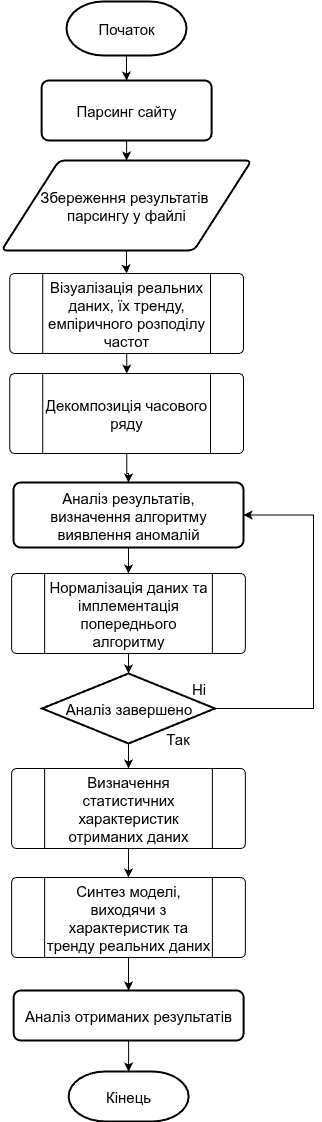
This is Analysis_and_processing/Lab1/data/block_scheme_lab1.png from VarRoman/7_semester, a draw.io export, as it was before one commit. Source tidied: cells renumbered, new cells last; positions are measured from the earlier drawing's top-left corner, leaving out a move shared by most shapes.
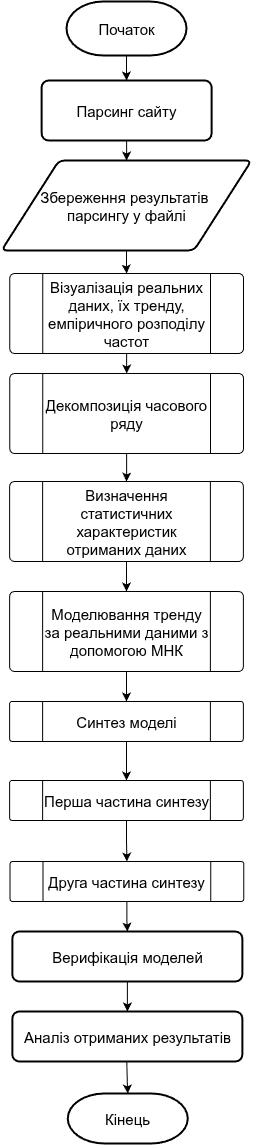
The same file after the commit.

The edit, as a diff of the source:
```diff
@@ -14,15 +14,12 @@
     <mxCell id="5" value="Візуалізація реальних даних, їх тренду, емпіричного розподілу частот" style="verticalLabelPosition=middle;verticalAlign=middle;html=1;shape=process;whiteSpace=wrap;rounded=1;size=0.14;arcSize=6;labelPosition=center;align=center;fontSize=15;" parent="1" vertex="1">
       <mxGeometry x="8.2" y="272" width="233.8" height="80" as="geometry" />
     </mxCell>
-    <mxCell id="6" style="edgeStyle=orthogonalEdgeStyle;rounded=0;jettySize=auto;html=1;fontSize=15;" parent="1" edge="1" source="7" target="24">
-      <mxGeometry relative="1" as="geometry" />
-    </mxCell>
+    <mxCell id="28" style="edgeStyle=orthogonalEdgeStyle;rounded=0;jettySize=auto;html=1;" parent="1" edge="1" source="7" target="19">
+      <mxGeometry relative="1" as="geometry" />
+    </mxCell>
     <mxCell id="7" value="Декомпозиція часового ряду" style="verticalLabelPosition=middle;verticalAlign=middle;html=1;shape=process;whiteSpace=wrap;rounded=1;size=0.14;arcSize=6;labelPosition=center;align=center;fontSize=15;" parent="1" vertex="1">
       <mxGeometry x="8.2" y="372" width="233.8" height="80" as="geometry" />
     </mxCell>
-    <mxCell id="8" value="Нормалізація даних та імплементація попереднього алгоритму" style="verticalLabelPosition=middle;verticalAlign=middle;html=1;shape=process;whiteSpace=wrap;rounded=1;size=0.14;arcSize=6;labelPosition=center;align=center;fontSize=15;" parent="1" vertex="1">
-      <mxGeometry x="10.1" y="572" width="233.8" height="80" as="geometry" />
-    </mxCell>
     <mxCell id="9" style="edgeStyle=orthogonalEdgeStyle;rounded=0;jettySize=auto;html=1;fontSize=15;" parent="1" edge="1" source="10" target="12">
       <mxGeometry relative="1" as="geometry" />
     </mxCell>
@@ -35,55 +32,52 @@
     <mxCell id="12" value="&lt;span&gt;Збереження результатів&amp;nbsp;&lt;/span&gt;&lt;div&gt;&lt;span&gt;парсингу у файлі&lt;/span&gt;&lt;/div&gt;" style="shape=parallelogram;html=1;strokeWidth=2;perimeter=parallelogramPerimeter;whiteSpace=wrap;rounded=1;arcSize=12;size=0.23;fontSize=15;" parent="1" vertex="1">
       <mxGeometry y="159" width="250" height="90" as="geometry" />
     </mxCell>
-    <mxCell id="13" style="edgeStyle=orthogonalEdgeStyle;rounded=0;jettySize=auto;html=1;entryX=1;entryY=0.5;entryDx=0;entryDy=0;fontSize=15;" parent="1" edge="1" source="15" target="24">
-      <mxGeometry relative="1" as="geometry">
-        <Array as="points">
-          <mxPoint x="312" y="707" />
-          <mxPoint x="312" y="513" />
-        </Array>
-      </mxGeometry>
-    </mxCell>
-    <mxCell id="14" style="edgeStyle=orthogonalEdgeStyle;rounded=0;jettySize=auto;html=1;fontSize=15;" parent="1" edge="1" source="15" target="19">
-      <mxGeometry relative="1" as="geometry" />
-    </mxCell>
-    <mxCell id="15" value="Аналіз завершено" style="strokeWidth=2;html=1;shape=mxgraph.flowchart.decision;whiteSpace=wrap;fontSize=15;" parent="1" vertex="1">
-      <mxGeometry x="40.5" y="672" width="173" height="70" as="geometry" />
-    </mxCell>
-    <mxCell id="16" value="Ні" style="text;html=1;align=center;verticalAlign=middle;strokeColor=none;fillColor=none;fontSize=15;" parent="1" vertex="1">
-      <mxGeometry x="177" y="672" width="40" height="30" as="geometry" />
-    </mxCell>
-    <mxCell id="17" value="Так" style="text;html=1;align=center;verticalAlign=middle;strokeColor=none;fillColor=none;fontSize=15;" parent="1" vertex="1">
-      <mxGeometry x="151" y="722" width="50" height="30" as="geometry" />
-    </mxCell>
-    <mxCell id="18" style="edgeStyle=orthogonalEdgeStyle;rounded=0;jettySize=auto;html=1;fontSize=15;" parent="1" edge="1" source="19" target="22">
-      <mxGeometry relative="1" as="geometry" />
-    </mxCell>
+    <mxCell id="29" style="edgeStyle=orthogonalEdgeStyle;rounded=0;jettySize=auto;html=1;" parent="1" edge="1" source="19" target="32">
+      <mxGeometry relative="1" as="geometry" />
+    </mxCell>
     <mxCell id="19" value="Визначення статистичних характеристик отриманих даних" style="verticalLabelPosition=middle;verticalAlign=middle;html=1;shape=process;whiteSpace=wrap;rounded=1;size=0.14;arcSize=6;labelPosition=center;align=center;fontSize=15;" parent="1" vertex="1">
-      <mxGeometry x="10.1" y="767" width="233.8" height="80" as="geometry" />
+      <mxGeometry x="8.1" y="480" width="233.8" height="80" as="geometry" />
     </mxCell>
-    <mxCell id="20" style="edgeStyle=orthogonalEdgeStyle;rounded=0;jettySize=auto;html=1;entryX=0.5;entryY=0;entryDx=0;entryDy=0;entryPerimeter=0;fontSize=15;" parent="1" edge="1" source="8" target="15">
-      <mxGeometry relative="1" as="geometry" />
-    </mxCell>
-    <mxCell id="21" style="edgeStyle=orthogonalEdgeStyle;rounded=0;jettySize=auto;html=1;fontSize=15;" parent="1" edge="1" source="22" target="26">
-      <mxGeometry relative="1" as="geometry" />
-    </mxCell>
+    <mxCell id="30" style="edgeStyle=orthogonalEdgeStyle;rounded=0;jettySize=auto;html=1;" parent="1" edge="1" source="22" target="34">
+      <mxGeometry relative="1" as="geometry" />
+    </mxCell>
-    <mxCell id="22" value="Синтез моделі, виходячи з характеристик та тренду реальних даних" style="verticalLabelPosition=middle;verticalAlign=middle;html=1;shape=process;whiteSpace=wrap;rounded=1;size=0.14;arcSize=6;labelPosition=center;align=center;fontSize=15;" parent="1" vertex="1">
-      <mxGeometry x="10.1" y="876" width="233.8" height="80" as="geometry" />
+    <mxCell id="22" value="Синтез моделі" style="verticalLabelPosition=middle;verticalAlign=middle;html=1;shape=process;whiteSpace=wrap;rounded=1;size=0.14;arcSize=6;labelPosition=center;align=center;fontSize=15;" parent="1" vertex="1">
+      <mxGeometry x="8.1" y="700" width="233.8" height="40" as="geometry" />
     </mxCell>
-    <mxCell id="23" style="edgeStyle=orthogonalEdgeStyle;rounded=0;jettySize=auto;html=1;fontSize=15;" parent="1" edge="1" source="24" target="8">
-      <mxGeometry relative="1" as="geometry" />
-    </mxCell>
-    <mxCell id="24" value="&lt;span&gt;Аналіз результатів,&lt;/span&gt;&lt;div&gt;визначення алгоритму виявлення аномалій&lt;/div&gt;" style="rounded=1;whiteSpace=wrap;html=1;absoluteArcSize=1;arcSize=14;strokeWidth=2;fontSize=15;" parent="1" vertex="1">
-      <mxGeometry x="12" y="481" width="230" height="65" as="geometry" />
-    </mxCell>
-    <mxCell id="25" style="edgeStyle=orthogonalEdgeStyle;rounded=0;jettySize=auto;html=1;fontSize=15;" parent="1" edge="1" source="26" target="27">
-      <mxGeometry relative="1" as="geometry" />
+    <mxCell id="25" style="edgeStyle=orthogonalEdgeStyle;rounded=0;jettySize=auto;html=1;fontSize=15;" parent="1" edge="1" target="27">
+      <mxGeometry relative="1" as="geometry">
+        <mxPoint x="125.3" y="1061" as="sourcePoint" />
+      </mxGeometry>
     </mxCell>
+    <mxCell id="27" value="Кінець" style="strokeWidth=2;html=1;shape=mxgraph.flowchart.terminator;whiteSpace=wrap;fontSize=15;" parent="1" vertex="1">
+      <mxGeometry x="66.3" y="1092" width="120" height="50" as="geometry" />
+    </mxCell>
+    <mxCell id="31" style="edgeStyle=orthogonalEdgeStyle;rounded=0;jettySize=auto;html=1;" parent="1" edge="1" source="32" target="22">
+      <mxGeometry relative="1" as="geometry" />
+    </mxCell>
+    <mxCell id="32" value="Моделювання тренду за реальними даними з допомогою МНК" style="verticalLabelPosition=middle;verticalAlign=middle;html=1;shape=process;whiteSpace=wrap;rounded=1;size=0.14;arcSize=6;labelPosition=center;align=center;fontSize=15;" parent="1" vertex="1">
+      <mxGeometry x="8.1" y="590" width="233.8" height="80" as="geometry" />
+    </mxCell>
+    <mxCell id="33" style="edgeStyle=orthogonalEdgeStyle;rounded=0;jettySize=auto;html=1;" parent="1" edge="1" source="34" target="36">
+      <mxGeometry relative="1" as="geometry" />
+    </mxCell>
+    <mxCell id="34" value="Перша частина синтезу" style="verticalLabelPosition=middle;verticalAlign=middle;html=1;shape=process;whiteSpace=wrap;rounded=1;size=0.14;arcSize=6;labelPosition=center;align=center;fontSize=15;" parent="1" vertex="1">
+      <mxGeometry x="8.1" y="779" width="233.8" height="40" as="geometry" />
+    </mxCell>
+    <mxCell id="35" style="edgeStyle=orthogonalEdgeStyle;rounded=0;jettySize=auto;html=1;" parent="1" edge="1" source="36" target="38">
+      <mxGeometry relative="1" as="geometry" />
+    </mxCell>
+    <mxCell id="36" value="Друга частина синтезу" style="verticalLabelPosition=middle;verticalAlign=middle;html=1;shape=process;whiteSpace=wrap;rounded=1;size=0.14;arcSize=6;labelPosition=center;align=center;fontSize=15;" parent="1" vertex="1">
+      <mxGeometry x="8.5" y="860" width="233.8" height="40" as="geometry" />
+    </mxCell>
+    <mxCell id="37" style="edgeStyle=orthogonalEdgeStyle;rounded=0;jettySize=auto;html=1;" parent="1" edge="1" source="38" target="26">
+      <mxGeometry relative="1" as="geometry" />
+    </mxCell>
+    <mxCell id="38" value="&lt;span&gt;Верифікація моделей&lt;/span&gt;" style="rounded=1;whiteSpace=wrap;html=1;absoluteArcSize=1;arcSize=14;strokeWidth=2;fontSize=15;" parent="1" vertex="1">
+      <mxGeometry x="10.9" y="930" width="230" height="50" as="geometry" />
+    </mxCell>
     <mxCell id="26" value="&lt;span&gt;Аналіз отриманих результатів&lt;/span&gt;" style="rounded=1;whiteSpace=wrap;html=1;absoluteArcSize=1;arcSize=14;strokeWidth=2;fontSize=15;" parent="1" vertex="1">
-      <mxGeometry x="12.1" y="989" width="230" height="50" as="geometry" />
+      <mxGeometry x="10.9" y="1010" width="230" height="50" as="geometry" />
     </mxCell>
-    <mxCell id="27" value="Кінець" style="strokeWidth=2;html=1;shape=mxgraph.flowchart.terminator;whiteSpace=wrap;fontSize=15;" parent="1" vertex="1">
-      <mxGeometry x="67.1" y="1070" width="120" height="50" as="geometry" />
-    </mxCell>
   </root>
 </mxGraphModel>
```
